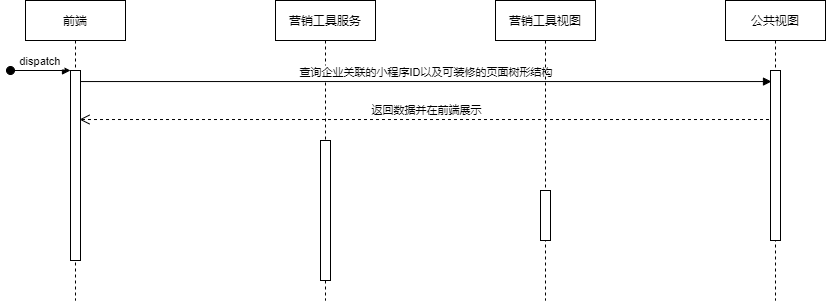
Before: wk/二维码流程图.png, a diagram exported from draw.io (tetai/flow). Source tidied: cells renumbered, new cells last; positions are measured from the earlier drawing's top-left corner, leaving out a move shared by most shapes.
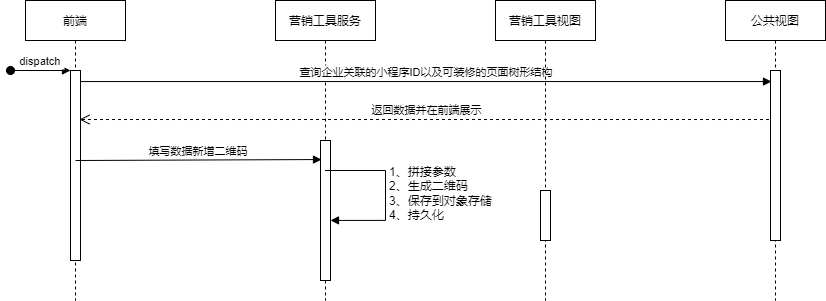
Later version of the same file.

Commit message:
Update 二维码流程图.png

Diff of the diagram source:
```diff
@@ -19,6 +19,14 @@
     <mxCell id="6" style="points=[];perimeter=orthogonalPerimeter;rounded=0;shadow=0;strokeWidth=1;" parent="5" vertex="1">
       <mxGeometry x="45" y="140" width="10" height="140" as="geometry" />
     </mxCell>
+    <mxCell id="13" value="1、拼接参数&lt;br&gt;2、生成二维码&lt;br&gt;3、保存到对象存储&lt;br&gt;4、持久化" style="edgeStyle=orthogonalEdgeStyle;html=1;align=left;spacingLeft=2;endArrow=block;rounded=0;entryX=1;entryY=0.571;entryDx=0;entryDy=0;entryPerimeter=0;" parent="5" edge="1" source="5" target="6">
+      <mxGeometry relative="1" as="geometry">
+        <Array as="points">
+          <mxPoint x="110" y="170" />
+          <mxPoint x="110" y="220" />
+        </Array>
+      </mxGeometry>
+    </mxCell>
     <mxCell id="7" value="查询企业关联的小程序ID以及可装修的页面树形结构" style="verticalAlign=bottom;endArrow=block;shadow=0;strokeWidth=1;entryX=0.1;entryY=0.065;entryDx=0;entryDy=0;entryPerimeter=0;" parent="1" edge="1" source="3" target="12">
       <mxGeometry relative="1" as="geometry" />
     </mxCell>
@@ -37,5 +45,10 @@
     <mxCell id="12" style="points=[];perimeter=orthogonalPerimeter;rounded=0;shadow=0;strokeWidth=1;" parent="11" vertex="1">
       <mxGeometry x="45" y="70" width="10" height="170" as="geometry" />
     </mxCell>
+    <mxCell id="14" value="填写数据新增二维码" style="verticalAlign=bottom;endArrow=block;shadow=0;strokeWidth=1;entryX=0.1;entryY=0.136;entryDx=0;entryDy=0;entryPerimeter=0;" parent="1" edge="1" target="6">
+      <mxGeometry relative="1" as="geometry">
+        <mxPoint x="65" y="160" as="sourcePoint" />
+      </mxGeometry>
+    </mxCell>
   </root>
 </mxGraphModel>
```
